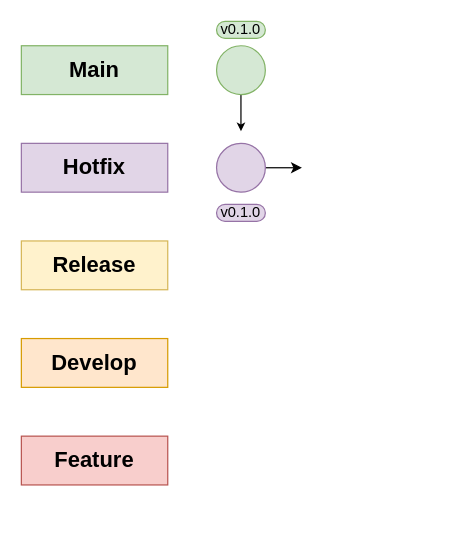
Before: Pi-GitHub.drawio in OctavioNascimento23/ProjetoIntegrador1, a draw.io diagram. Source tidied: cells renumbered, new cells numbered last; positions are measured from the earlier drawing's top-left corner, leaving out a move shared by most shapes. Both pictures are drawn from the tidied source at 122%, with x=0, y=0 at pixel (21, 21).
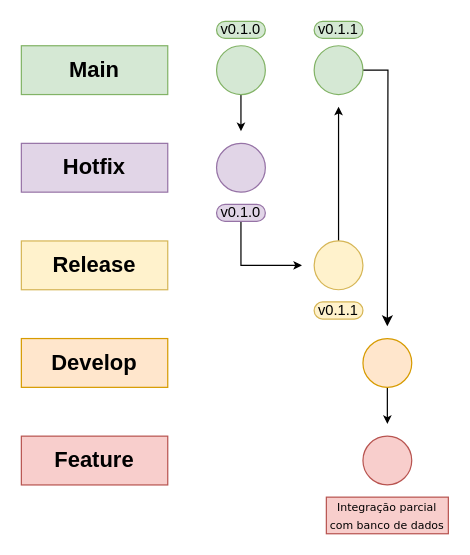
After the change.

The change refers to these unchanged cells:
```xml
<mxCell id="11" style="ellipse;whiteSpace=wrap;html=1;fillColor=#e1d5e7;strokeColor=#9673a6;" parent="1" vertex="1">
  <mxGeometry x="160" y="100" width="40" height="40" as="geometry" />
</mxCell>
<mxCell id="12" value="v0.1.0" style="whiteSpace=wrap;html=1;rounded=1;arcSize=50;align=center;verticalAlign=middle;strokeWidth=1;spacing=4;newEdgeStyle={&quot;edgeStyle&quot;:&quot;entityRelationEdgeStyle&quot;,&quot;startArrow&quot;:&quot;none&quot;,&quot;endArrow&quot;:&quot;none&quot;,&quot;segment&quot;:10,&quot;curved&quot;:1,&quot;sourcePerimeterSpacing&quot;:0,&quot;targetPerimeterSpacing&quot;:0};fillColor=#e1d5e7;strokeColor=#9673a6;" parent="1" vertex="1">
  <mxGeometry x="160" y="150" width="40" height="14" as="geometry" />
</mxCell>
```

Change to the diagram source:
```diff
@@
-    <mxCell id="10" style="edgeStyle=orthogonalEdgeStyle;rounded=0;jettySize=auto;html=1;" parent="1" edge="1" source="11">
+    <mxCell id="10" style="edgeStyle=orthogonalEdgeStyle;rounded=0;jettySize=auto;html=1;endSize=4;exitX=0.5;exitY=1;exitDx=0;exitDy=0;" parent="1" edge="1" source="12">
       <mxGeometry relative="1" as="geometry">
-        <mxPoint x="230" y="120" as="targetPoint" />
+        <mxPoint x="230" y="200" as="targetPoint" />
+        <Array as="points">
+          <mxPoint x="180" y="200" />
+        </Array>
       </mxGeometry>
     </mxCell>
@@
+    <mxCell id="13" style="edgeStyle=orthogonalEdgeStyle;rounded=0;jettySize=auto;html=1;endSize=4;" parent="1" edge="1" source="14">
+      <mxGeometry relative="1" as="geometry">
+        <mxPoint x="260" y="70" as="targetPoint" />
+      </mxGeometry>
+    </mxCell>
+    <mxCell id="14" style="ellipse;whiteSpace=wrap;html=1;fillColor=#fff2cc;strokeColor=#d6b656;" parent="1" vertex="1">
+      <mxGeometry x="240" y="180" width="40" height="40" as="geometry" />
+    </mxCell>
+    <mxCell id="15" value="v0.1.1" style="whiteSpace=wrap;html=1;rounded=1;arcSize=50;align=center;verticalAlign=middle;strokeWidth=1;spacing=4;newEdgeStyle={&quot;edgeStyle&quot;:&quot;entityRelationEdgeStyle&quot;,&quot;startArrow&quot;:&quot;none&quot;,&quot;endArrow&quot;:&quot;none&quot;,&quot;segment&quot;:10,&quot;curved&quot;:1,&quot;sourcePerimeterSpacing&quot;:0,&quot;targetPerimeterSpacing&quot;:0};fillColor=#fff2cc;strokeColor=#d6b656;" parent="1" vertex="1">
+      <mxGeometry x="240" y="230" width="40" height="14" as="geometry" />
+    </mxCell>
+    <mxCell id="16" style="edgeStyle=orthogonalEdgeStyle;rounded=0;jettySize=auto;html=1;" parent="1" edge="1" source="17">
+      <mxGeometry relative="1" as="geometry">
+        <mxPoint x="300" y="250" as="targetPoint" />
+      </mxGeometry>
+    </mxCell>
+    <mxCell id="17" style="ellipse;whiteSpace=wrap;html=1;fillColor=#d5e8d4;strokeColor=#82b366;" parent="1" vertex="1">
+      <mxGeometry x="240" y="20" width="40" height="40" as="geometry" />
+    </mxCell>
+    <mxCell id="18" value="v0.1.1" style="whiteSpace=wrap;html=1;rounded=1;arcSize=50;align=center;verticalAlign=middle;strokeWidth=1;spacing=4;newEdgeStyle={&quot;edgeStyle&quot;:&quot;entityRelationEdgeStyle&quot;,&quot;startArrow&quot;:&quot;none&quot;,&quot;endArrow&quot;:&quot;none&quot;,&quot;segment&quot;:10,&quot;curved&quot;:1,&quot;sourcePerimeterSpacing&quot;:0,&quot;targetPerimeterSpacing&quot;:0};fillColor=#d5e8d4;strokeColor=#82b366;" parent="1" vertex="1">
+      <mxGeometry x="240" width="40" height="14" as="geometry" />
+    </mxCell>
+    <mxCell id="19" style="edgeStyle=orthogonalEdgeStyle;rounded=0;jettySize=auto;html=1;endSize=4;" parent="1" edge="1" source="20">
+      <mxGeometry relative="1" as="geometry">
+        <mxPoint x="300" y="330" as="targetPoint" />
+      </mxGeometry>
+    </mxCell>
+    <mxCell id="20" style="ellipse;whiteSpace=wrap;html=1;fillColor=#ffe6cc;strokeColor=#d79b00;" parent="1" vertex="1">
+      <mxGeometry x="280" y="260" width="40" height="40" as="geometry" />
+    </mxCell>
+    <mxCell id="21" style="ellipse;whiteSpace=wrap;html=1;fillColor=#f8cecc;strokeColor=#b85450;" parent="1" vertex="1">
+      <mxGeometry x="280" y="340" width="40" height="40" as="geometry" />
+    </mxCell>
+    <mxCell id="22" value="&lt;font style=&quot;font-size: 9px;&quot; face=&quot;Verdana&quot;&gt;Integração parcial com banco de dados&lt;/font&gt;" style="rounded=0;whiteSpace=wrap;html=1;fillColor=#f8cecc;strokeColor=#b85450;" parent="1" vertex="1">
+      <mxGeometry x="250" y="390" width="100" height="30" as="geometry" />
+    </mxCell>
```
